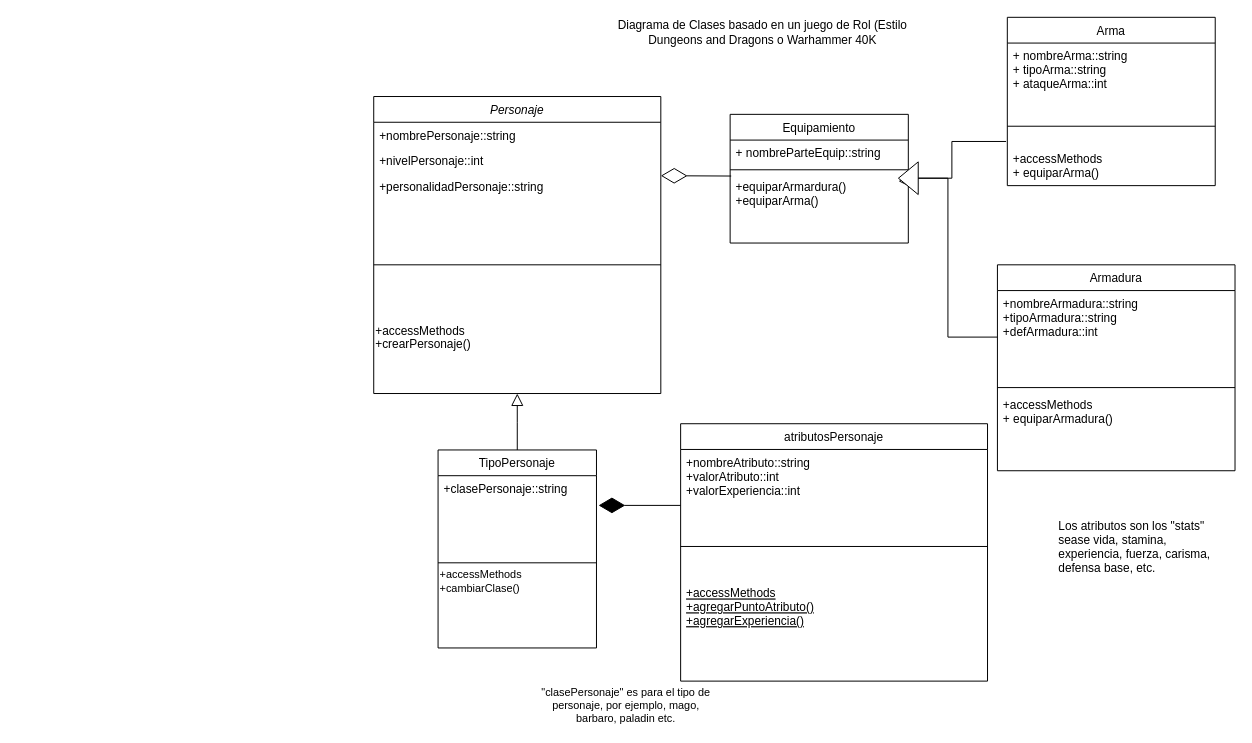
Earlier version of the draw.io diagram Untitled Diagram.drawio (VotelessCows/ProyectoIntegrador). Source tidied: cells renumbered, new cells numbered last; positions are measured from the earlier drawing's top-left corner, leaving out a move shared by most shapes. Both pictures are drawn from the tidied source at 99%, with x=0, y=0 at pixel (373, 17).
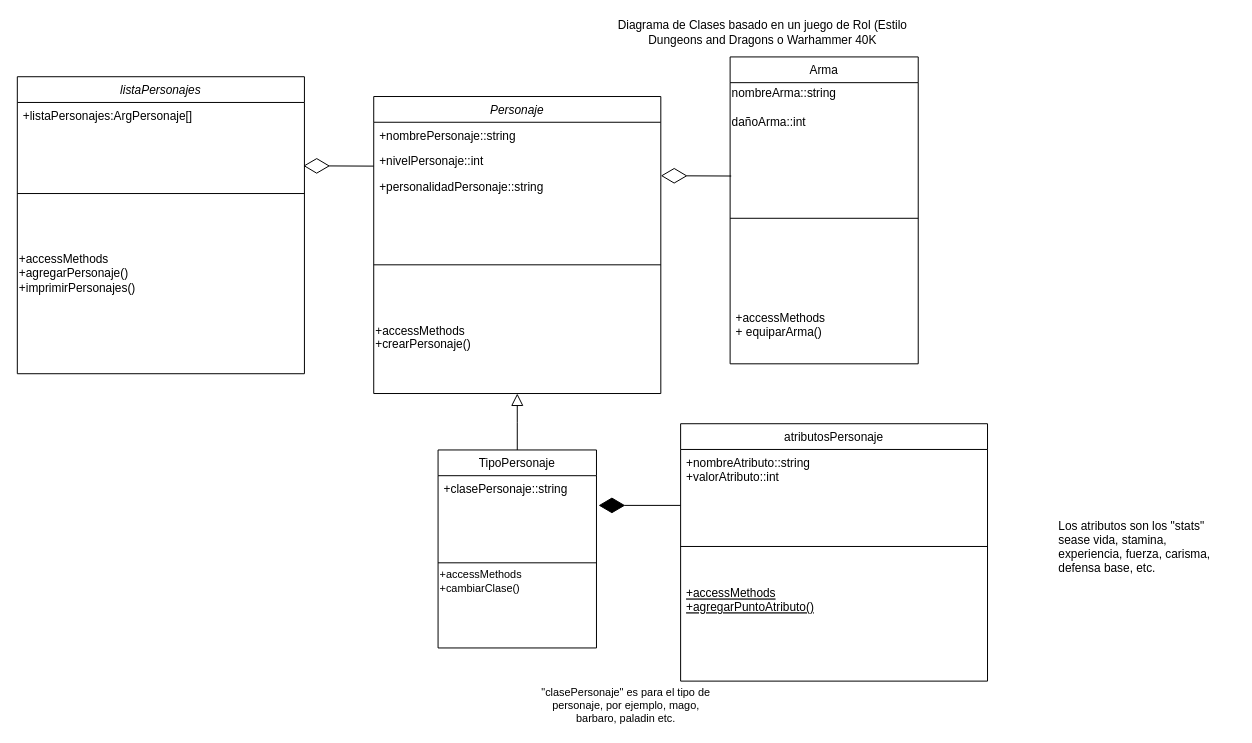
After the change.

Unchanged cells that the change refers to:
```xml
<mxCell id="20" value="atributosPersonaje" style="swimlane;fontStyle=0;align=center;verticalAlign=top;horizontal=1;startSize=26;rounded=0;shadow=0;strokeWidth=1;" parent="1" vertex="1">
  <mxGeometry x="310" y="410.5" width="310" height="260" as="geometry" />
</mxCell>
```

Change to the diagram source:
```diff
@@
-    <mxCell id="14" style="endArrow=diamondThin;endFill=0;endSize=24;html=1;rounded=0;exitX=0.006;exitY=0.033;exitDx=0;exitDy=0;exitPerimeter=0;" parent="1" edge="1" source="18">
+    <mxCell id="14" style="endArrow=diamondThin;endFill=0;endSize=24;html=1;rounded=0;exitX=0.006;exitY=0.033;exitDx=0;exitDy=0;exitPerimeter=0;" parent="1" edge="1">
       <mxGeometry relative="1" as="geometry">
+        <mxPoint x="361.1" y="160.3" as="sourcePoint" />
         <mxPoint x="290" y="160" as="targetPoint" />
       </mxGeometry>
     </mxCell>
-    <mxCell id="15" value="Equipamiento" style="swimlane;fontStyle=0;align=center;verticalAlign=top;horizontal=1;startSize=26;" parent="1" vertex="1">
-      <mxGeometry x="360" y="98" width="180" height="130" as="geometry" />
-    </mxCell>
-    <mxCell id="16" value="+ nombreParteEquip::string" style="text;strokeColor=none;fillColor=none;align=left;verticalAlign=top;spacingLeft=4;spacingRight=4;overflow=hidden;" parent="15" vertex="1">
-      <mxGeometry y="26" width="180" height="26" as="geometry" />
-    </mxCell>
-    <mxCell id="17" style="line;strokeWidth=1;fillColor=none;align=left;verticalAlign=middle;spacingTop=-1;spacingLeft=3;spacingRight=3;labelPosition=right;" parent="15" vertex="1">
-      <mxGeometry y="52" width="180" height="8" as="geometry" />
-    </mxCell>
-    <mxCell id="18" value="+equiparArmardura()&#10;+equiparArma()" style="text;strokeColor=none;fillColor=none;align=left;verticalAlign=top;spacingLeft=4;spacingRight=4;overflow=hidden;points=[[0,0.5],[1,0.5]];portConstraint=eastwest;" parent="15" vertex="1">
-      <mxGeometry y="60" width="180" height="70" as="geometry" />
-    </mxCell>
@@
-    <mxCell id="21" value="+nombreAtributo::string&#10;+valorAtributo::int&#10;+valorExperiencia::int" style="text;align=left;verticalAlign=top;spacingLeft=4;spacingRight=4;overflow=hidden;rounded=0;shadow=0;html=0;" parent="20" vertex="1">
+    <mxCell id="21" value="+nombreAtributo::string&#10;+valorAtributo::int&#10;" style="text;align=left;verticalAlign=top;spacingLeft=4;spacingRight=4;overflow=hidden;rounded=0;shadow=0;html=0;" parent="20" vertex="1">
       <mxGeometry y="26" width="310" height="64" as="geometry" />
     </mxCell>
@@
-    <mxCell id="23" value="+accessMethods&#10;+agregarPuntoAtributo()&#10;+agregarExperiencia()" style="text;align=left;verticalAlign=top;spacingLeft=4;spacingRight=4;overflow=hidden;fontStyle=4;" parent="20" vertex="1">
+    <mxCell id="23" value="+accessMethods&#10;+agregarPuntoAtributo()&#10;" style="text;align=left;verticalAlign=top;spacingLeft=4;spacingRight=4;overflow=hidden;fontStyle=4;" parent="20" vertex="1">
       <mxGeometry y="158" width="310" height="102" as="geometry" />
     </mxCell>
-    <mxCell id="24" style="endArrow=block;endFill=0;shadow=0;strokeWidth=1;rounded=0;edgeStyle=elbowEdgeStyle;strokeColor=default;exitX=-0.006;exitY=-0.115;exitDx=0;exitDy=0;exitPerimeter=0;endSize=12;" parent="1" edge="1" source="28">
-      <mxGeometry relative="1" as="geometry">
-        <mxPoint x="530" y="162.5" as="targetPoint" />
-      </mxGeometry>
-    </mxCell>
     <mxCell id="25" value="Arma" style="swimlane;fontStyle=0;align=center;verticalAlign=top;horizontal=1;startSize=26;" parent="1" vertex="1">
-      <mxGeometry x="640" width="210" height="170" as="geometry" />
+      <mxGeometry x="360" y="40" width="190" height="310" as="geometry" />
     </mxCell>
-    <mxCell id="26" value="+ nombreArma::string&#10;+ tipoArma::string&#10;+ ataqueArma::int" style="text;strokeColor=none;fillColor=none;align=left;verticalAlign=top;spacingLeft=4;spacingRight=4;overflow=hidden;" parent="25" vertex="1">
-      <mxGeometry y="26" width="210" height="64" as="geometry" />
-    </mxCell>
+    <mxCell id="38" value="&lt;div style=&quot;&quot;&gt;&lt;span style=&quot;background-color: initial;&quot;&gt;nombreArma::string&lt;/span&gt;&lt;/div&gt;&lt;div style=&quot;&quot;&gt;&lt;span style=&quot;background-color: initial;&quot;&gt;&lt;br&gt;&lt;/span&gt;&lt;/div&gt;&lt;div style=&quot;&quot;&gt;&lt;span style=&quot;background-color: initial;&quot;&gt;dañoArma::int&lt;/span&gt;&lt;/div&gt;" style="text;html=1;align=left;verticalAlign=middle;strokeColor=none;fillColor=none;" parent="25" vertex="1">
+      <mxGeometry y="26" width="190" height="50" as="geometry" />
+    </mxCell>
     <mxCell id="27" style="line;strokeWidth=1;fillColor=none;align=left;verticalAlign=middle;spacingTop=-1;spacingLeft=3;spacingRight=3;labelPosition=right;" parent="25" vertex="1">
-      <mxGeometry y="90" width="210" height="40" as="geometry" />
+      <mxGeometry y="76" width="190" height="174" as="geometry" />
     </mxCell>
     <mxCell id="28" value="+accessMethods&#10;+ equiparArma()" style="text;strokeColor=none;fillColor=none;align=left;verticalAlign=top;spacingLeft=4;spacingRight=4;overflow=hidden;points=[[0,0.5],[1,0.5]];portConstraint=eastwest;" parent="25" vertex="1">
-      <mxGeometry y="130" width="210" height="40" as="geometry" />
+      <mxGeometry y="250" width="190" height="60" as="geometry" />
     </mxCell>
-    <mxCell id="29" value="Armadura" style="swimlane;fontStyle=0;align=center;verticalAlign=top;horizontal=1;startSize=26;" parent="1" vertex="1">
-      <mxGeometry x="630" y="250" width="240" height="208" as="geometry" />
-    </mxCell>
-    <mxCell id="30" value="+nombreArmadura::string&#10;+tipoArmadura::string&#10;+defArmadura::int" style="text;strokeColor=none;fillColor=none;align=left;verticalAlign=top;spacingLeft=4;spacingRight=4;overflow=hidden;points=[[0,0.5],[1,0.5]];portConstraint=eastwest;" parent="29" vertex="1">
-      <mxGeometry y="26" width="240" height="94" as="geometry" />
-    </mxCell>
-    <mxCell id="31" style="line;strokeWidth=1;fillColor=none;align=left;verticalAlign=middle;spacingTop=-1;spacingLeft=3;spacingRight=3;labelPosition=right;" parent="29" vertex="1">
-      <mxGeometry y="120" width="240" height="8" as="geometry" />
-    </mxCell>
-    <mxCell id="32" value="+accessMethods&#10;+ equiparArmadura()" style="text;strokeColor=none;fillColor=none;align=left;verticalAlign=top;spacingLeft=4;spacingRight=4;overflow=hidden;" parent="29" vertex="1">
-      <mxGeometry y="128" width="240" height="80" as="geometry" />
-    </mxCell>
-    <mxCell id="33" style="endArrow=block;endFill=0;shadow=0;strokeWidth=1;rounded=0;edgeStyle=elbowEdgeStyle;strokeColor=default;exitX=0;exitY=0.5;exitDx=0;exitDy=0;endSize=12;startArrow=none;" parent="1" edge="1" source="34">
-      <mxGeometry relative="1" as="geometry">
-        <mxPoint x="530" y="165.5" as="targetPoint" />
-      </mxGeometry>
-    </mxCell>
-    <mxCell id="34" style="triangle;whiteSpace=wrap;html=1;rotation=-180;" parent="1" vertex="1">
-      <mxGeometry x="530" y="146" width="20" height="33" as="geometry" />
-    </mxCell>
-    <mxCell id="35" style="endArrow=none;endFill=0;shadow=0;strokeWidth=1;rounded=0;edgeStyle=elbowEdgeStyle;strokeColor=default;exitX=0;exitY=0.5;exitDx=0;exitDy=0;endSize=12;" parent="1" edge="1" source="30" target="34">
-      <mxGeometry relative="1" as="geometry">
-        <Array as="points">
-          <mxPoint x="580" y="180" />
-        </Array>
-      </mxGeometry>
-    </mxCell>
@@
+    <mxCell id="39" style="endArrow=diamondThin;endFill=0;endSize=24;html=1;rounded=0;exitX=0.006;exitY=0.033;exitDx=0;exitDy=0;exitPerimeter=0;" parent="1" edge="1">
+      <mxGeometry relative="1" as="geometry">
+        <mxPoint y="150.3" as="sourcePoint" />
+        <mxPoint x="-71.1" y="150" as="targetPoint" />
+      </mxGeometry>
+    </mxCell>
+    <mxCell id="40" value="listaPersonajes" style="swimlane;fontStyle=2;align=center;verticalAlign=top;horizontal=1;startSize=26;rounded=0;shadow=0;strokeWidth=1;" parent="1" vertex="1">
+      <mxGeometry x="-360" y="60" width="290" height="300" as="geometry" />
+    </mxCell>
+    <mxCell id="41" value="+listaPersonajes:ArgPersonaje[]" style="text;align=left;verticalAlign=top;spacingLeft=4;spacingRight=4;overflow=hidden;" parent="40" vertex="1">
+      <mxGeometry y="26" width="290" height="26" as="geometry" />
+    </mxCell>
+    <mxCell id="42" style="line;html=1;strokeWidth=1;align=left;verticalAlign=middle;spacingTop=-1;spacingLeft=3;spacingRight=3;labelPosition=right;" parent="40" vertex="1">
+      <mxGeometry y="52" width="290" height="132" as="geometry" />
+    </mxCell>
+    <mxCell id="43" value="&lt;span style=&quot;font-size: 12px;&quot;&gt;+accessMethods&lt;br&gt;&lt;/span&gt;&lt;span style=&quot;font-size: 12px;&quot;&gt;+agregarPersonaje()&lt;br&gt;+imprimirPersonajes()&lt;br&gt;&lt;/span&gt;" style="text;html=1;strokeColor=none;fillColor=none;align=left;verticalAlign=middle;whiteSpace=wrap;rounded=0;fontSize=11;" parent="40" vertex="1">
+      <mxGeometry y="184" width="290" height="30" as="geometry" />
+    </mxCell>
```
